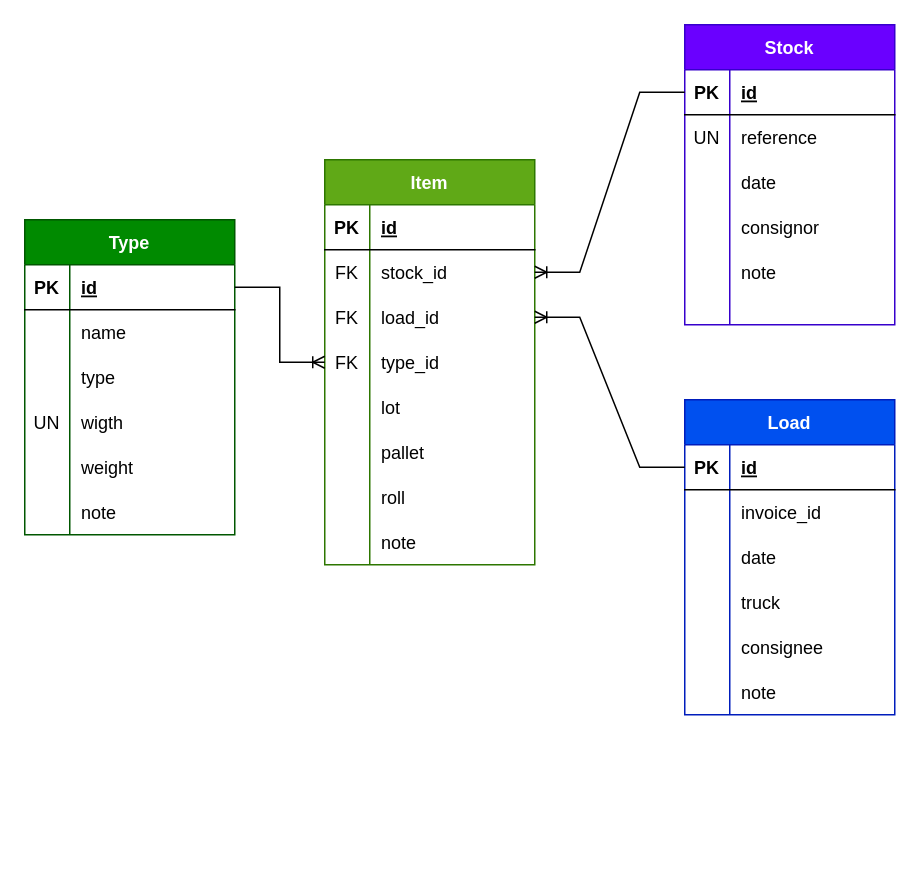
bdoobd/evalam keeps this draw.io diagram as db_schema.drawio. Above is the earlier version. Source tidied: cells renumbered, new cells numbered last; positions are measured from the earlier drawing's top-left corner, leaving out a move shared by most shapes. Both pictures are drawn from the tidied source at 150%, with x=0, y=0 at pixel (24, 24).
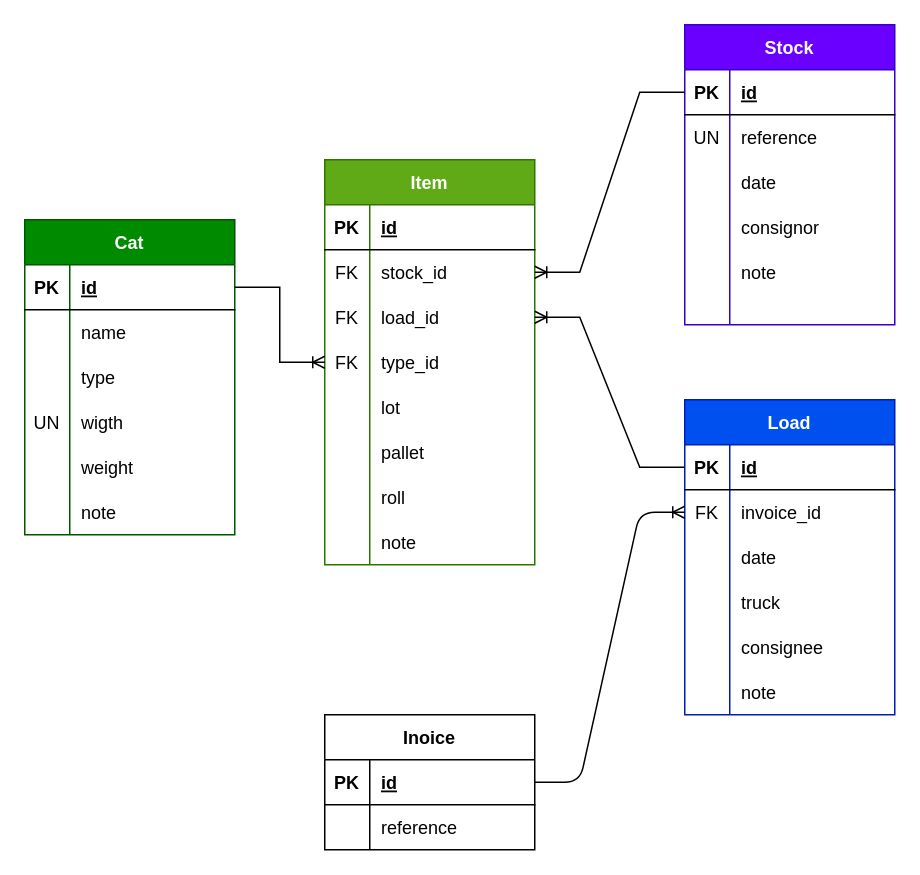
The same diagram, later.

The change refers to these unchanged cells:
```xml
<mxCell id="50" style="shape=tableRow;horizontal=0;startSize=0;swimlaneHead=0;swimlaneBody=0;fillColor=none;points=[[0,0.5],[1,0.5]];portConstraint=eastwest;top=0;left=0;right=0;bottom=0;rounded=0;" parent="46" vertex="1">
  <mxGeometry y="60" width="140" height="30" as="geometry" />
</mxCell>
```

The edit, as a diff of the source:
```diff
@@
-    <mxCell id="51" style="shape=partialRectangle;fillColor=none;top=0;left=0;bottom=0;right=0;overflow=hidden;rounded=0;" parent="50" vertex="1">
+    <mxCell id="51" value="FK" style="shape=partialRectangle;fillColor=none;top=0;left=0;bottom=0;right=0;overflow=hidden;rounded=0;" parent="50" vertex="1">
       <mxGeometry width="30" height="30" as="geometry" />
     </mxCell>
@@
-    <mxCell id="65" value="Type" style="shape=table;startSize=30;childLayout=tableLayout;rowLines=0;fontStyle=1;align=center;rounded=0;fillColor=#008a00;fontColor=#ffffff;strokeColor=#005700;" parent="1" vertex="1">
+    <mxCell id="65" value="Cat" style="shape=table;startSize=30;childLayout=tableLayout;rowLines=0;fontStyle=1;align=center;rounded=0;fillColor=#008a00;fontColor=#ffffff;strokeColor=#005700;" parent="1" vertex="1">
       <mxGeometry y="130" width="140" height="210" as="geometry" />
     </mxCell>
@@
+    <mxCell id="87" value="Inoice" style="shape=table;startSize=30;childLayout=tableLayout;rowLines=0;fontStyle=1;align=center;" parent="1" vertex="1">
+      <mxGeometry x="200" y="460" width="140" height="90" as="geometry" />
+    </mxCell>
+    <mxCell id="88" style="shape=tableRow;horizontal=0;startSize=0;swimlaneHead=0;swimlaneBody=0;fillColor=none;points=[[0,0.5],[1,0.5]];portConstraint=eastwest;top=0;left=0;right=0;bottom=1;" parent="87" vertex="1">
+      <mxGeometry y="30" width="140" height="30" as="geometry" />
+    </mxCell>
+    <mxCell id="89" value="PK" style="shape=partialRectangle;fillColor=none;top=0;left=0;bottom=0;right=0;fontStyle=1;overflow=hidden;" parent="88" vertex="1">
+      <mxGeometry width="30" height="30" as="geometry" />
+    </mxCell>
+    <mxCell id="90" value="id" style="shape=partialRectangle;fillColor=none;top=0;left=0;bottom=0;right=0;align=left;spacingLeft=6;fontStyle=5;overflow=hidden;" parent="88" vertex="1">
+      <mxGeometry x="30" width="110" height="30" as="geometry" />
+    </mxCell>
+    <mxCell id="91" style="shape=tableRow;horizontal=0;startSize=0;swimlaneHead=0;swimlaneBody=0;fillColor=none;top=0;left=0;right=0;bottom=0;" parent="87" vertex="1">
+      <mxGeometry y="60" width="140" height="30" as="geometry" />
+    </mxCell>
+    <mxCell id="92" style="shape=partialRectangle;fillColor=none;top=0;left=0;bottom=0;right=0;overflow=hidden;" parent="91" vertex="1">
+      <mxGeometry width="30" height="30" as="geometry" />
+    </mxCell>
+    <mxCell id="93" value="reference" style="shape=partialRectangle;fillColor=none;top=0;left=0;bottom=0;right=0;align=left;spacingLeft=6;overflow=hidden;" parent="91" vertex="1">
+      <mxGeometry x="30" width="110" height="30" as="geometry" />
+    </mxCell>
+    <mxCell id="94" style="edgeStyle=entityRelationEdgeStyle;fontSize=12;html=1;endArrow=ERoneToMany;exitX=1;exitY=0.5;exitDx=0;exitDy=0;entryX=0;entryY=0.5;entryDx=0;entryDy=0;" parent="1" edge="1" source="88" target="50">
+      <mxGeometry relative="1" as="geometry" />
+    </mxCell>
```
